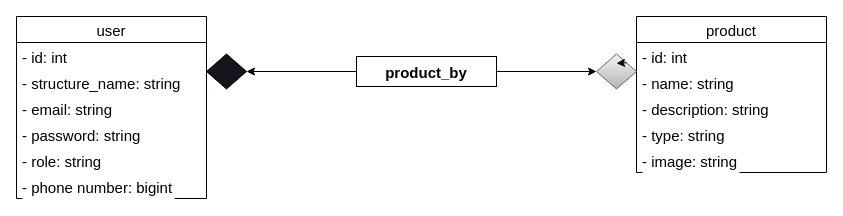
Earlier version of the draw.io diagram conception/class_diagram.drawio (2024-dwwm-bsm-p4/app-mla). Source tidied: cells renumbered, new cells numbered last; positions are measured from the earlier drawing's top-left corner, leaving out a move shared by most shapes. Both pictures are drawn from the tidied source at 100%, with x=0, y=0 at pixel (16, 16).
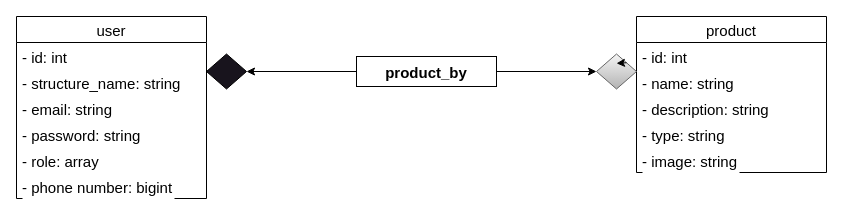
The same page after the edit.

The change refers to these unchanged cells:
```xml
<mxCell id="2" value="user" style="swimlane;fontStyle=0;horizontal=1;startSize=26;labelBackgroundColor=default;fontSize=15;" parent="1" vertex="1">
  <mxGeometry width="190" height="182" as="geometry" />
</mxCell>
```

The edit, as a diff of the source:
```diff
@@
-    <mxCell id="7" value="- role: string" style="text;align=left;verticalAlign=top;spacingLeft=4;spacingRight=4;overflow=hidden;labelBackgroundColor=default;fontSize=15;" parent="2" vertex="1">
+    <mxCell id="7" value="- role: array" style="text;align=left;verticalAlign=top;spacingLeft=4;spacingRight=4;overflow=hidden;labelBackgroundColor=default;fontSize=15;" parent="2" vertex="1">
       <mxGeometry y="130" width="190" height="26" as="geometry" />
     </mxCell>
```
